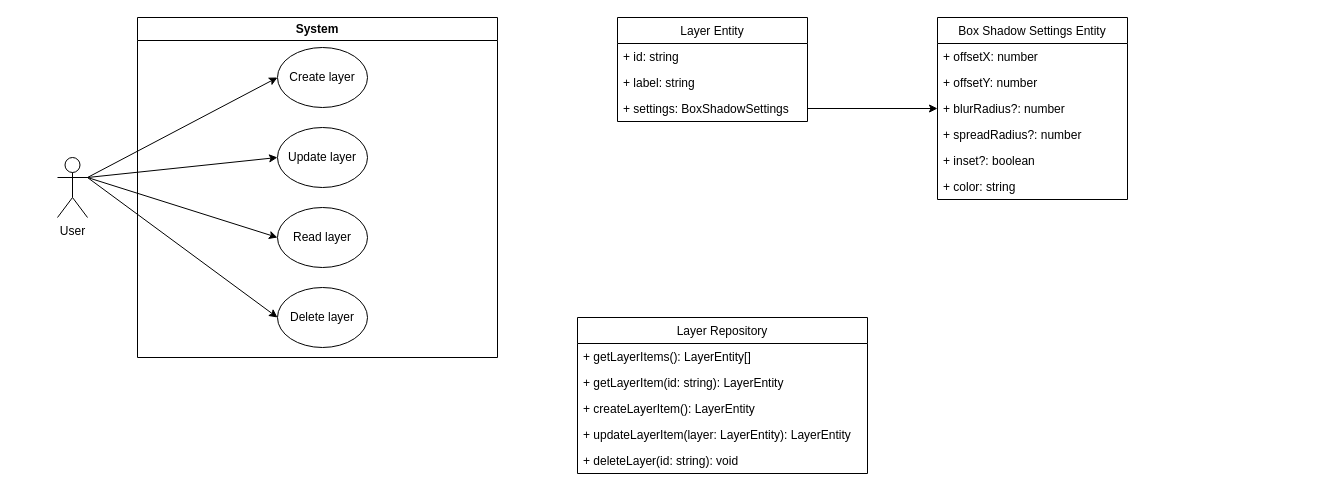
Earlier version of the draw.io diagram layer.drawio (mioriaty/clean-architect). Source tidied: cells renumbered, new cells numbered last; positions are measured from the earlier drawing's top-left corner, leaving out a move shared by most shapes. Both pictures are drawn from the tidied source at 100%, with x=0, y=0 at pixel (57, 17).
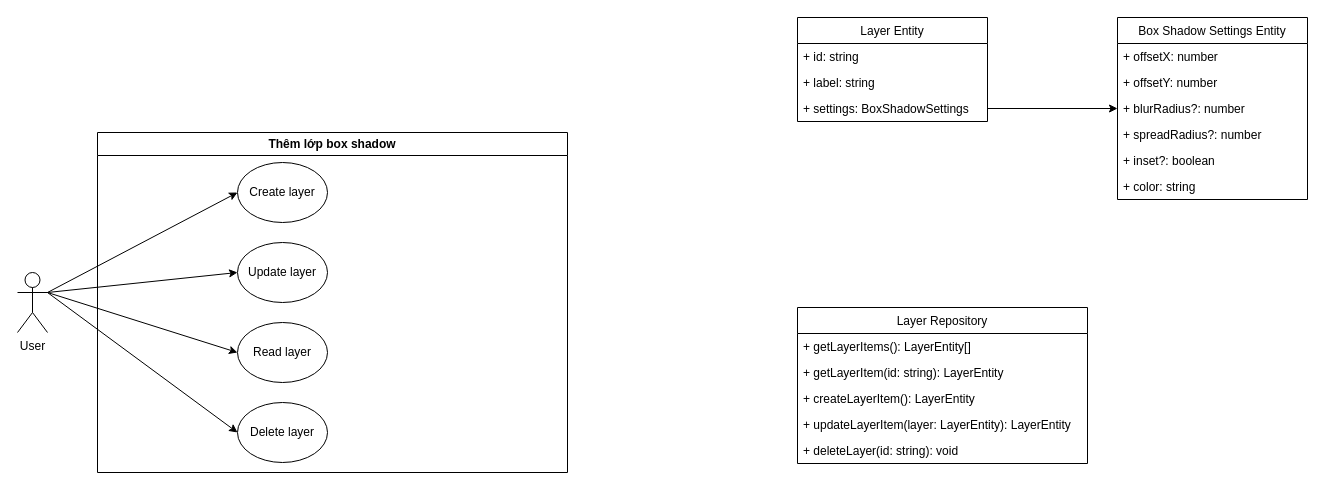
Above is the later version.

The edit, as a diff of the source:
```diff
@@
     <mxCell id="6" value="User" style="shape=umlActor;verticalLabelPosition=bottom;verticalAlign=top;html=1;outlineConnect=0;" parent="1" vertex="1">
-      <mxGeometry y="140" width="30" height="60" as="geometry" />
+      <mxGeometry x="-40" y="255" width="30" height="60" as="geometry" />
     </mxCell>
-    <mxCell id="7" value="System" style="swimlane;whiteSpace=wrap;html=1;" parent="1" vertex="1">
-      <mxGeometry x="80" width="360" height="340" as="geometry" />
+    <mxCell id="7" value="Thêm lớp box shadow" style="swimlane;whiteSpace=wrap;html=1;" parent="1" vertex="1">
+      <mxGeometry x="40" y="115" width="470" height="340" as="geometry" />
     </mxCell>
@@
     <mxCell id="12" value="Layer Entity" style="swimlane;fontStyle=0;horizontal=1;startSize=26;fillColor=none;" parent="1" vertex="1">
-      <mxGeometry x="560" width="190" height="104" as="geometry" />
+      <mxGeometry x="740" width="190" height="104" as="geometry" />
     </mxCell>
@@
     <mxCell id="16" value="Box Shadow Settings Entity" style="swimlane;fontStyle=0;horizontal=1;startSize=26;fillColor=none;" parent="1" vertex="1">
-      <mxGeometry x="880" width="190" height="182" as="geometry" />
+      <mxGeometry x="1060" width="190" height="182" as="geometry" />
     </mxCell>
@@
     <mxCell id="23" value="Layer Repository" style="swimlane;fontStyle=0;horizontal=1;startSize=26;fillColor=none;" parent="1" vertex="1">
-      <mxGeometry x="520" y="300" width="290" height="156" as="geometry" />
+      <mxGeometry x="740" y="290" width="290" height="156" as="geometry" />
     </mxCell>
```
